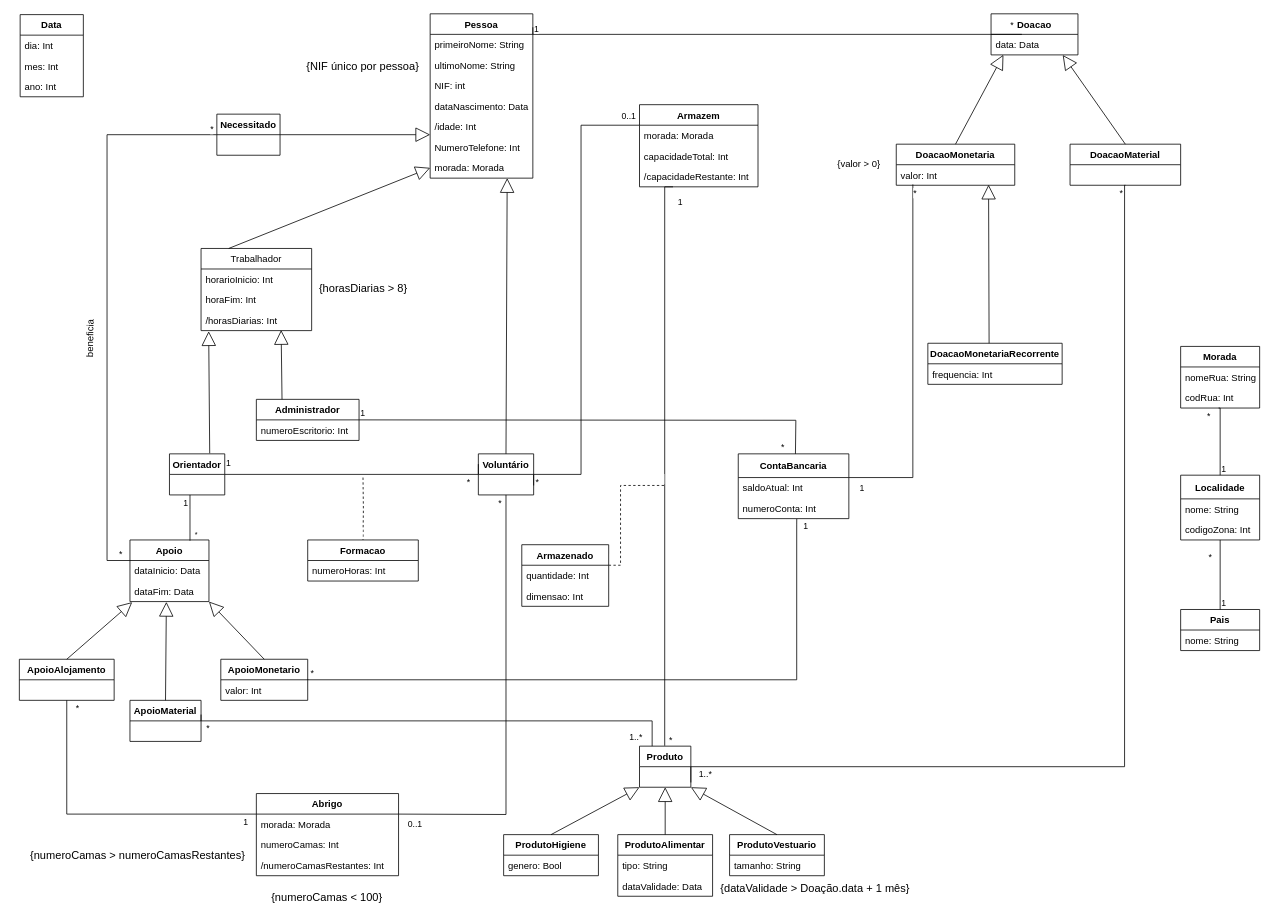
francisco-rente/FEUP-BDAD keeps this draw.io diagram as Delivery_I/diagram.drawio. Above is the earlier version. Source tidied: cells renumbered, new cells numbered last; positions are measured from the earlier drawing's top-left corner, leaving out a move shared by most shapes. Both pictures are drawn from the tidied source at 79%, with x=0, y=0 at pixel (19, 13).
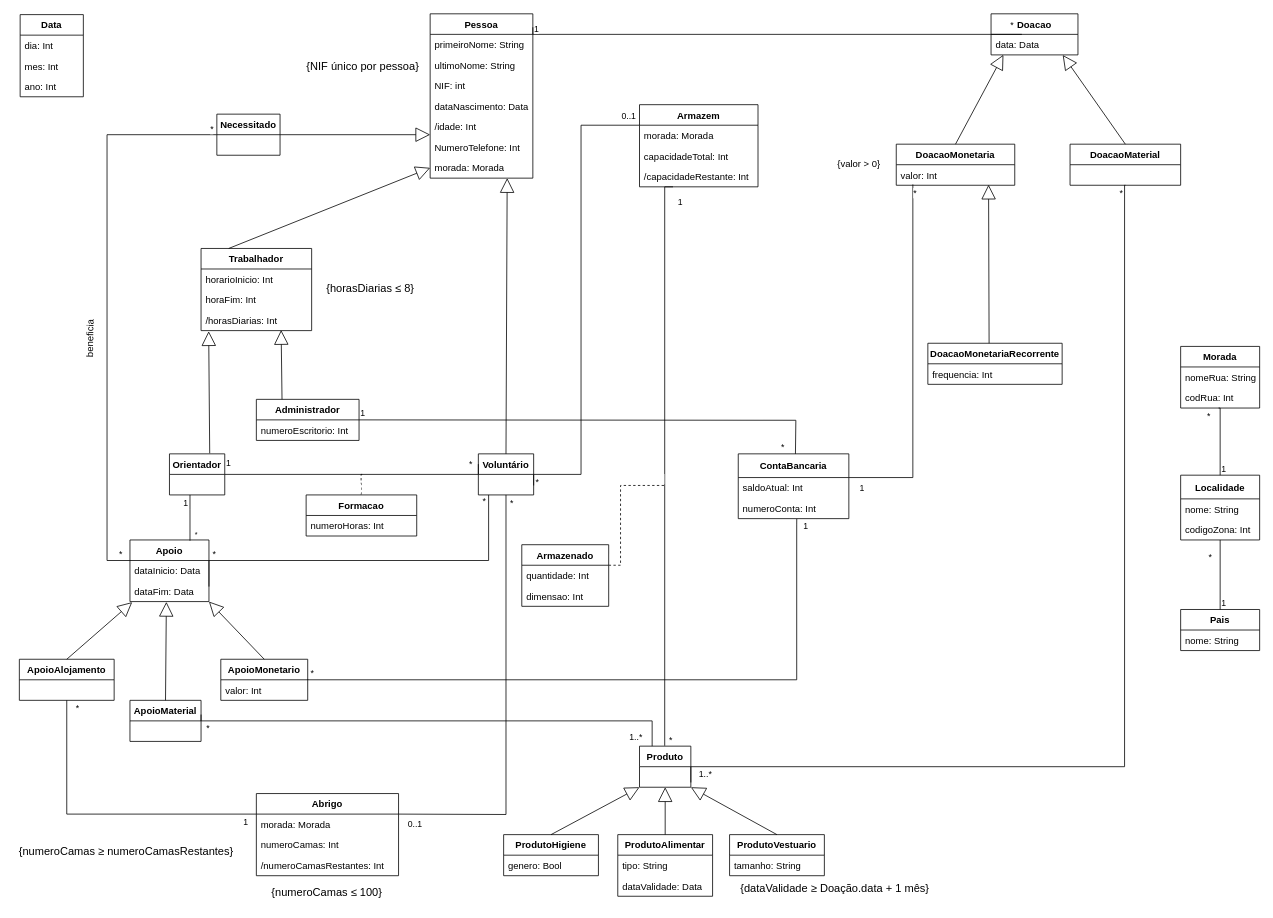
Above is the later version.

The change refers to these unchanged cells:
```xml
<mxCell id="89" style="endArrow=none;html=1;edgeStyle=orthogonalEdgeStyle;strokeColor=#000000;entryX=0;entryY=0.25;entryDx=0;entryDy=0;exitX=1;exitY=0.5;exitDx=0;exitDy=0;rounded=0;" parent="1" edge="1" source="15" target="14">
  <mxGeometry x="41" y="26" as="geometry">
    <Array as="points">
      <mxPoint x="581" y="583" />
    </Array>
  </mxGeometry>
</mxCell>
<mxCell id="101" style="endArrow=none;html=1;edgeStyle=orthogonalEdgeStyle;strokeColor=#000000;exitX=1;exitY=0.5;exitDx=0;exitDy=0;rounded=0;endSize=0;startSize=0;entryX=0.5;entryY=1;entryDx=0;entryDy=0;" parent="1" edge="1" target="14">
  <mxGeometry x="41" y="26" as="geometry">
    <mxPoint x="480" y="1013" as="sourcePoint" />
  </mxGeometry>
</mxCell>
```

Diff of the diagram source:
```diff
@@
-    <mxCell id="10" value="Trabalhador" style="swimlane;fontStyle=0;horizontal=1;startSize=26;fillColor=none;" parent="1" vertex="1">
+    <mxCell id="10" value="Trabalhador" style="swimlane;fontStyle=1;horizontal=1;startSize=26;fillColor=none;" parent="1" vertex="1">
       <mxGeometry x="230" y="297" width="140" height="104" as="geometry" />
     </mxCell>
@@
     <mxCell id="91" value="*" style="edgeLabel;html=1;align=right;verticalAlign=bottom;" parent="89" vertex="1">
       <mxGeometry x="1" relative="1" as="geometry">
-        <mxPoint x="-10.1" y="31" as="offset" />
+        <mxPoint x="-7" y="8.2" as="offset" />
       </mxGeometry>
     </mxCell>
-    <mxCell id="92" style="endArrow=none;html=1;edgeStyle=orthogonalEdgeStyle;strokeColor=#000000;entryX=0.5;entryY=0;entryDx=0;entryDy=0;dashed=1;rounded=0;" parent="1" edge="1" target="128">
-      <mxGeometry x="41" y="26" as="geometry">
-        <mxPoint x="435" y="587" as="sourcePoint" />
+    <mxCell id="92" style="endArrow=none;html=1;edgeStyle=orthogonalEdgeStyle;strokeColor=#000000;entryX=0.497;entryY=0.009;entryDx=0;entryDy=0;dashed=1;rounded=0;entryPerimeter=0;" parent="1" edge="1">
+      <mxGeometry x="40" y="22" as="geometry">
+        <mxPoint x="434" y="583" as="sourcePoint" />
+        <mxPoint x="432.6" y="608.5" as="targetPoint" />
+        <Array as="points">
+          <mxPoint x="433" y="583" />
+        </Array>
       </mxGeometry>
     </mxCell>
@@
     <mxCell id="103" value="*" style="edgeLabel;html=1;align=right;verticalAlign=bottom;" parent="101" vertex="1">
       <mxGeometry x="1" relative="1" as="geometry">
-        <mxPoint x="-4.7" y="18.4" as="offset" />
+        <mxPoint x="10.3" y="18.4" as="offset" />
       </mxGeometry>
     </mxCell>
@@
-    <mxCell id="122" value="&lt;font style=&quot;font-size: 14px&quot;&gt;{&lt;/font&gt;&lt;font style=&quot;font-size: 14px&quot;&gt;&lt;font style=&quot;font-size: 14px&quot;&gt;numeroCamas&amp;nbsp;&lt;/font&gt;&amp;gt;&amp;nbsp;&lt;/font&gt;&lt;font style=&quot;font-size: 14px&quot;&gt;&lt;font style=&quot;font-size: 14px&quot;&gt;&lt;font style=&quot;font-size: 14px&quot;&gt;numeroCamasRestantes&lt;/font&gt;&lt;/font&gt;}&lt;/font&gt;" style="text;html=1;strokeColor=none;fillColor=none;align=center;verticalAlign=middle;whiteSpace=wrap;rounded=1;" parent="1" vertex="1">
-      <mxGeometry x="50" y="1056" width="200" height="18" as="geometry" />
+    <mxCell id="122" value="&lt;font style=&quot;font-size: 14px&quot;&gt;{&lt;/font&gt;&lt;font style=&quot;font-size: 14px&quot;&gt;&lt;font style=&quot;font-size: 14px&quot;&gt;numeroCamas ≥&amp;nbsp;&lt;/font&gt;&lt;/font&gt;&lt;font style=&quot;font-size: 14px&quot;&gt;&lt;font style=&quot;font-size: 14px&quot;&gt;&lt;font style=&quot;font-size: 14px&quot;&gt;numeroCamasRestantes&lt;/font&gt;&lt;/font&gt;}&lt;/font&gt;" style="text;html=1;strokeColor=none;fillColor=none;align=center;verticalAlign=middle;whiteSpace=wrap;rounded=1;" parent="1" vertex="1">
+      <mxGeometry x="-7" y="1046" width="285" height="28" as="geometry" />
     </mxCell>
-    <mxCell id="123" value="&lt;font style=&quot;font-size: 14px&quot;&gt;{dataValidade &amp;gt; Doação.data + 1 mês}&lt;/font&gt;" style="text;html=1;strokeColor=none;fillColor=none;align=center;verticalAlign=middle;whiteSpace=wrap;rounded=0;" parent="1" vertex="1">
-      <mxGeometry x="886" y="1097" width="243" height="20" as="geometry" />
+    <mxCell id="123" value="&lt;font style=&quot;font-size: 14px&quot;&gt;{dataValidade ≥ Doação.data + 1 mês}&lt;/font&gt;" style="text;html=1;strokeColor=none;fillColor=none;align=center;verticalAlign=middle;whiteSpace=wrap;rounded=0;" parent="1" vertex="1">
+      <mxGeometry x="886" y="1097" width="293" height="20" as="geometry" />
     </mxCell>
-    <mxCell id="124" value="&lt;font style=&quot;font-size: 14px&quot;&gt;{horasDiarias &amp;gt; 8}&lt;/font&gt;" style="text;html=1;strokeColor=none;fillColor=none;align=center;verticalAlign=middle;whiteSpace=wrap;rounded=0;" parent="1" vertex="1">
-      <mxGeometry x="374.5" y="337" width="121" height="20" as="geometry" />
+    <mxCell id="124" value="&lt;font style=&quot;font-size: 14px&quot;&gt;{horasDiarias ≤ 8}&lt;/font&gt;" style="text;html=1;strokeColor=none;fillColor=none;align=center;verticalAlign=middle;whiteSpace=wrap;rounded=0;" parent="1" vertex="1">
+      <mxGeometry x="374.5" y="337" width="138.5" height="20" as="geometry" />
     </mxCell>
@@
-    <mxCell id="126" value="&lt;font style=&quot;font-size: 14px&quot;&gt;{numeroCamas &amp;lt; 100}&lt;/font&gt;" style="text;html=1;strokeColor=none;fillColor=none;align=center;verticalAlign=middle;whiteSpace=wrap;rounded=1;" parent="1" vertex="1">
-      <mxGeometry x="299" y="1109" width="181" height="18" as="geometry" />
+    <mxCell id="126" value="&lt;font style=&quot;font-size: 14px&quot;&gt;{numeroCamas ≤ 100}&lt;/font&gt;" style="text;html=1;strokeColor=none;fillColor=none;align=center;verticalAlign=middle;whiteSpace=wrap;rounded=1;" parent="1" vertex="1">
+      <mxGeometry x="299" y="1103" width="181" height="18" as="geometry" />
     </mxCell>
@@
     <mxCell id="128" value="Formacao" style="swimlane;fontStyle=1;horizontal=1;startSize=26;fillColor=none;" parent="1" vertex="1">
-      <mxGeometry x="365" y="666" width="140" height="52" as="geometry" />
+      <mxGeometry x="363" y="609" width="140" height="52" as="geometry" />
     </mxCell>
@@
+    <mxCell id="141" style="endArrow=none;html=1;edgeStyle=orthogonalEdgeStyle;rounded=0;entryX=0;entryY=1;entryDx=0;entryDy=0;" parent="1" edge="1">
+      <mxGeometry relative="1" as="geometry">
+        <mxPoint x="240" y="725" as="sourcePoint" />
+        <mxPoint x="594" y="609" as="targetPoint" />
+        <Array as="points">
+          <mxPoint x="240" y="725" />
+          <mxPoint x="240" y="692" />
+          <mxPoint x="594" y="692" />
+        </Array>
+      </mxGeometry>
+    </mxCell>
+    <mxCell id="142" value="*" style="edgeLabel;html=1;align=left;verticalAlign=bottom;" parent="141" vertex="1">
+      <mxGeometry x="-1" relative="1" as="geometry">
+        <mxPoint x="3" y="-33.5" as="offset" />
+      </mxGeometry>
+    </mxCell>
+    <mxCell id="143" value="*" style="edgeLabel;html=1;align=right;verticalAlign=bottom;" parent="141" vertex="1">
+      <mxGeometry x="1" relative="1" as="geometry">
+        <mxPoint x="-3" y="16.2" as="offset" />
+      </mxGeometry>
+    </mxCell>
```
